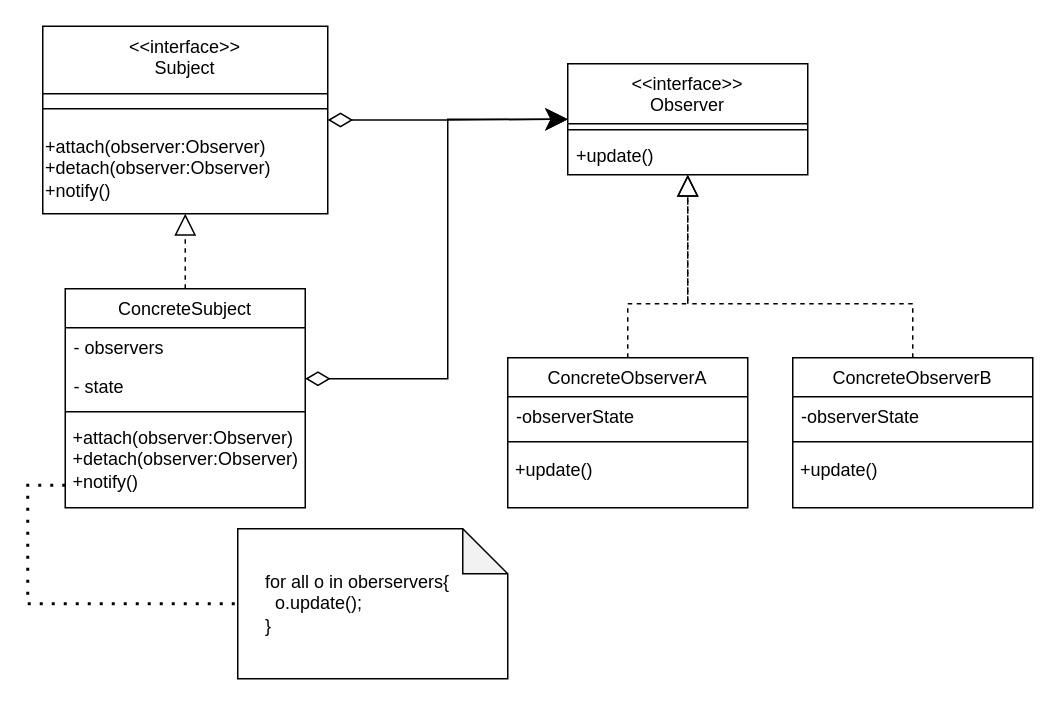
Above: Untitled Diagram.drawio in CatHuyuH24/CatHuyuH24 (draw.io), before the change. Source tidied: cells renumbered, new cells numbered last; positions are measured from the earlier drawing's top-left corner, leaving out a move shared by most shapes. Both pictures are drawn from the tidied source at 150%, with x=0, y=0 at pixel (27, 26).
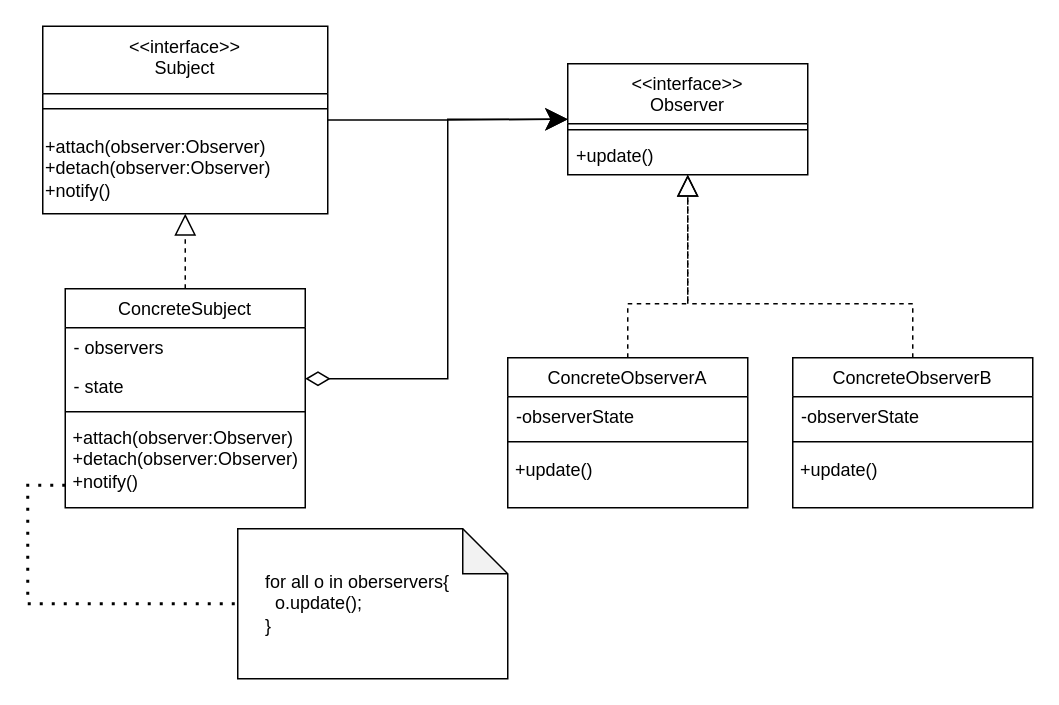
The same diagram, later.

Unchanged cells that the change refers to:
```xml
<mxCell id="2" value="&lt;&lt;interface&gt;&gt;&#10;Subject" style="swimlane;fontStyle=0;align=center;verticalAlign=top;horizontal=1;startSize=45;rounded=0;shadow=0;strokeWidth=1;" parent="1" vertex="1">
  <mxGeometry x="10" width="190" height="125" as="geometry" />
</mxCell>
<mxCell id="15" value="&lt;&lt;interface&gt;&gt;&#10;Observer" style="swimlane;fontStyle=0;align=center;verticalAlign=middle;horizontal=1;startSize=40;rounded=0;shadow=0;strokeWidth=1;" parent="1" vertex="1">
  <mxGeometry x="360" y="25" width="160" height="74" as="geometry" />
</mxCell>
```

Change to the diagram source:
```diff
@@
-    <mxCell id="27" style="endArrow=classic;html=1;endSize=12;startArrow=diamondThin;startSize=14;startFill=0;edgeStyle=orthogonalEdgeStyle;align=left;verticalAlign=bottom;rounded=0;endFill=1;" parent="1" edge="1" source="2" target="15">
+    <mxCell id="27" style="endArrow=classic;html=1;endSize=12;startArrow=none;startSize=14;startFill=0;edgeStyle=orthogonalEdgeStyle;align=left;verticalAlign=bottom;rounded=0;endFill=1;" parent="1" edge="1" source="2" target="15">
       <mxGeometry x="-1" y="3" relative="1" as="geometry" />
     </mxCell>
```
